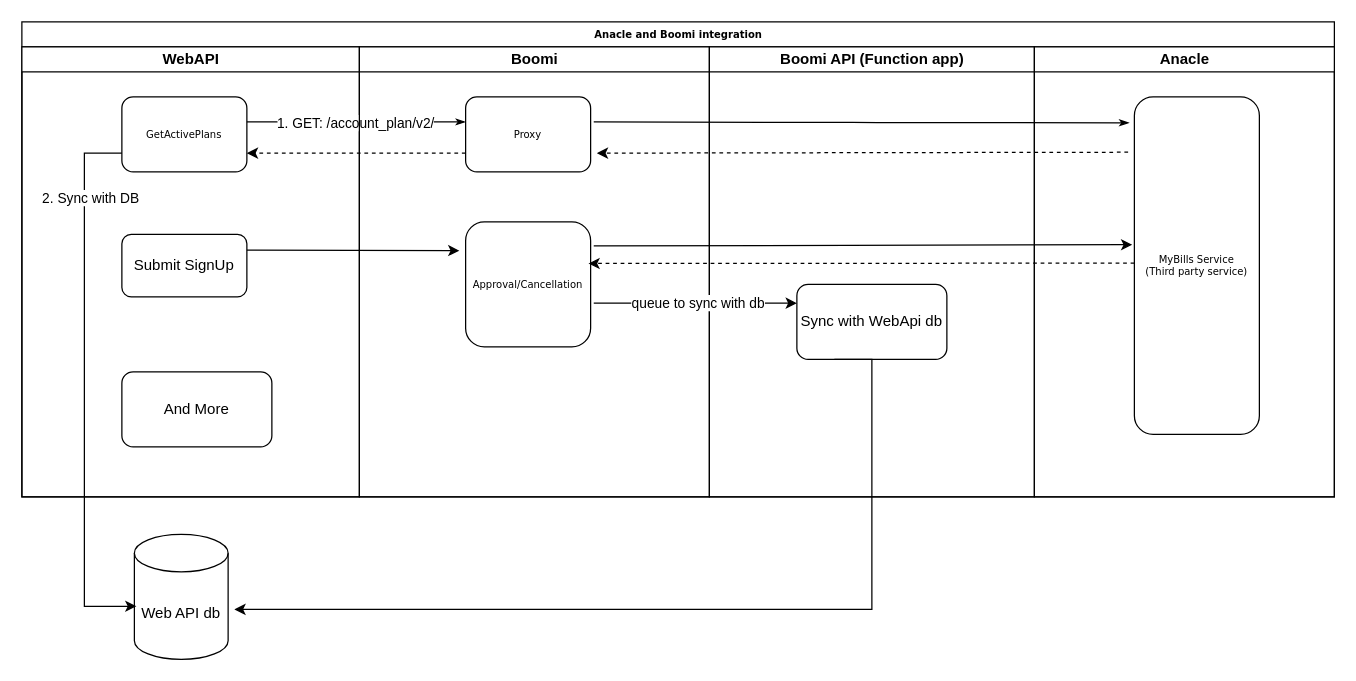
Earlier version of the draw.io diagram KeppelElectric/anacle and boomi integration.drawio (swotiendang/DrawIO). Source tidied: cells renumbered, new cells numbered last; positions are measured from the earlier drawing's top-left corner, leaving out a move shared by most shapes. Both pictures are drawn from the tidied source at 125%, with x=0, y=0 at pixel (21, 21).
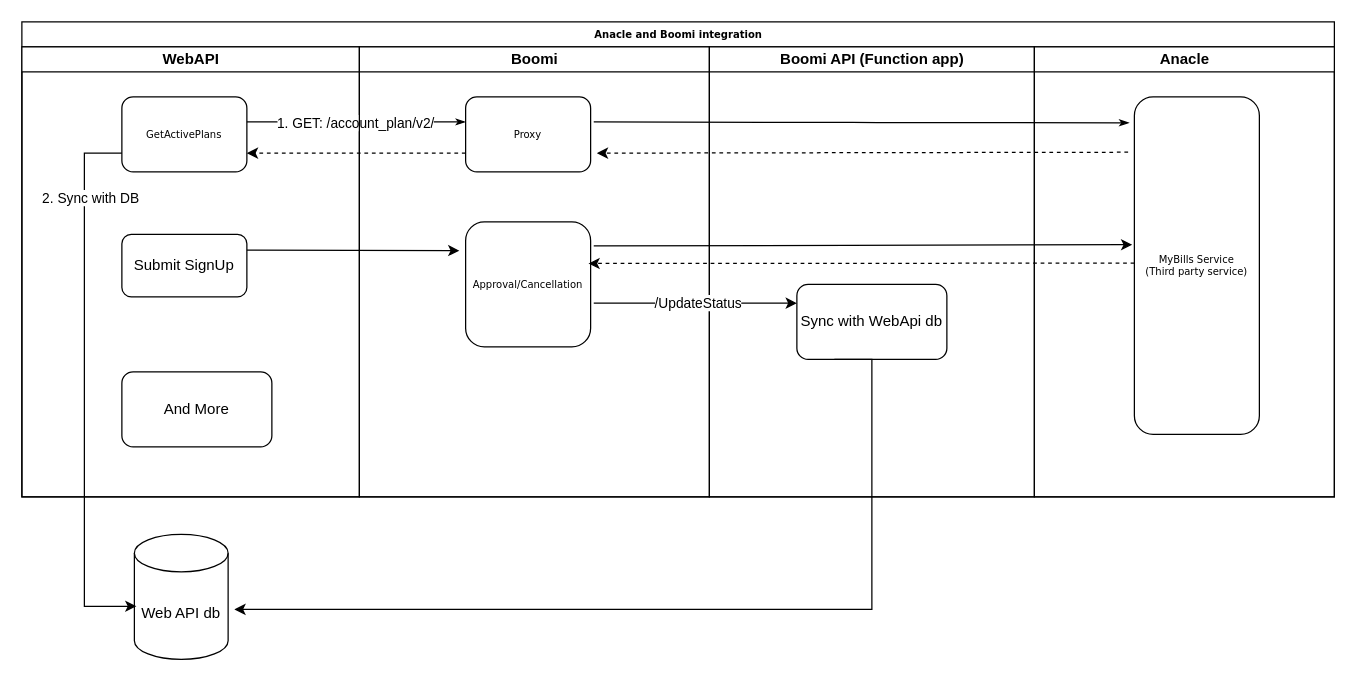
After the change.

Commit message:
Anacle and boomi integration.drawio

Unchanged cells that the change refers to:
```xml
<mxCell id="23" style="endArrow=classic;html=1;rounded=0;entryX=0;entryY=0.25;entryDx=0;entryDy=0;exitX=1.025;exitY=0.65;exitDx=0;exitDy=0;exitPerimeter=0;" parent="2" edge="1" source="12" target="14">
  <mxGeometry relative="1" as="geometry" />
</mxCell>
```

Change to the diagram source:
```diff
@@
-    <mxCell id="24" value="queue to sync with db" style="edgeLabel;html=1;align=center;verticalAlign=middle;" parent="23" vertex="1">
+    <mxCell id="24" value="/UpdateStatus" style="edgeLabel;html=1;align=center;verticalAlign=middle;" parent="23" vertex="1">
       <mxGeometry x="-0.34" y="-1" relative="1" as="geometry">
         <mxPoint x="29" y="-2" as="offset" />
       </mxGeometry>
     </mxCell>
```
